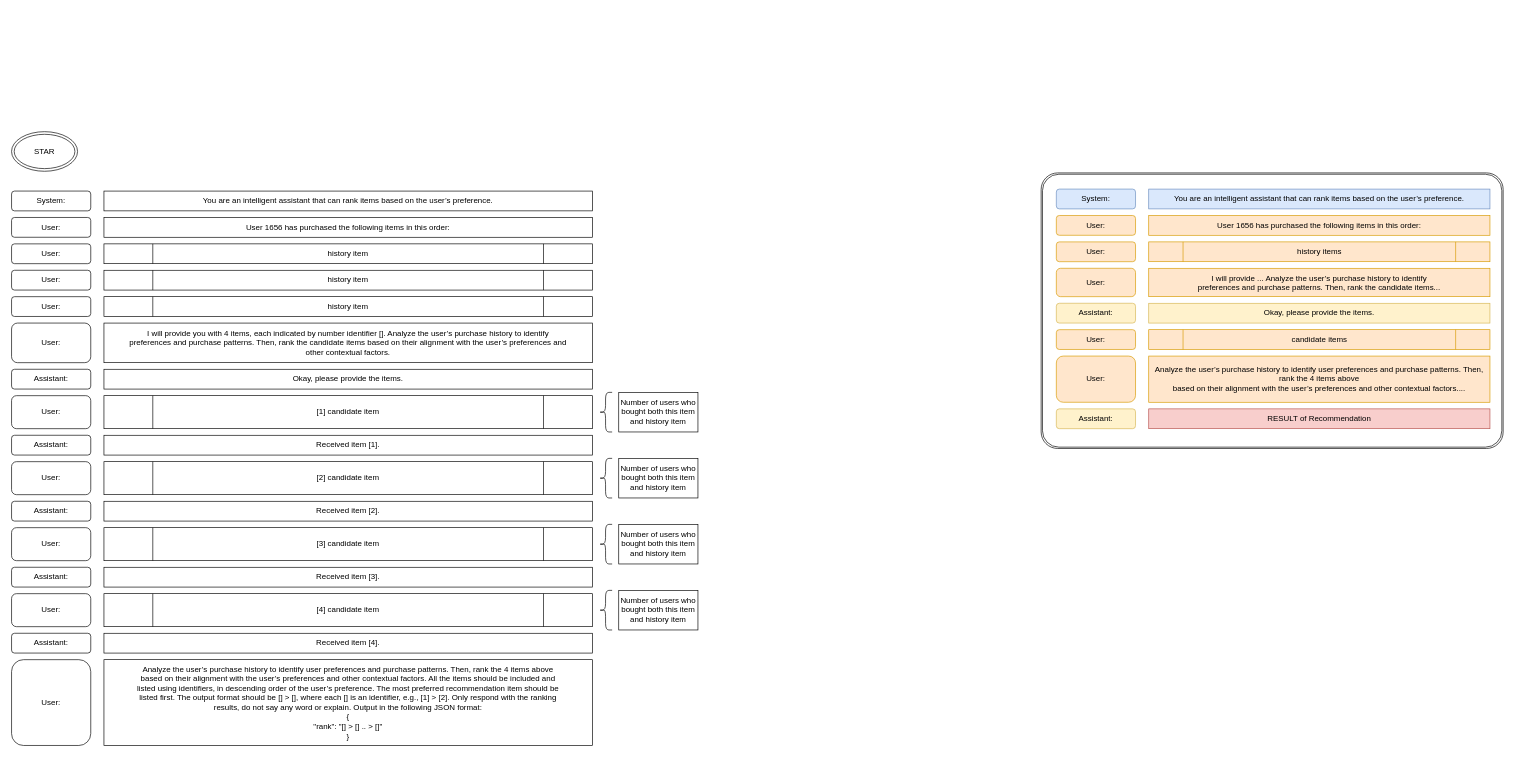
The draw.io diagram page "related work" (4 of 4) of rcllm.drawio in Extious/Drawio, before the edit. Source tidied: cells renumbered, new cells numbered last; positions are measured from the earlier drawing's top-left corner, leaving out a move shared by most shapes. Both pictures are drawn from the tidied source at 66%, with x=0, y=0 at pixel (11, 131). Pictures stored in the file or linked from it are replaced by grey dashed boxes.
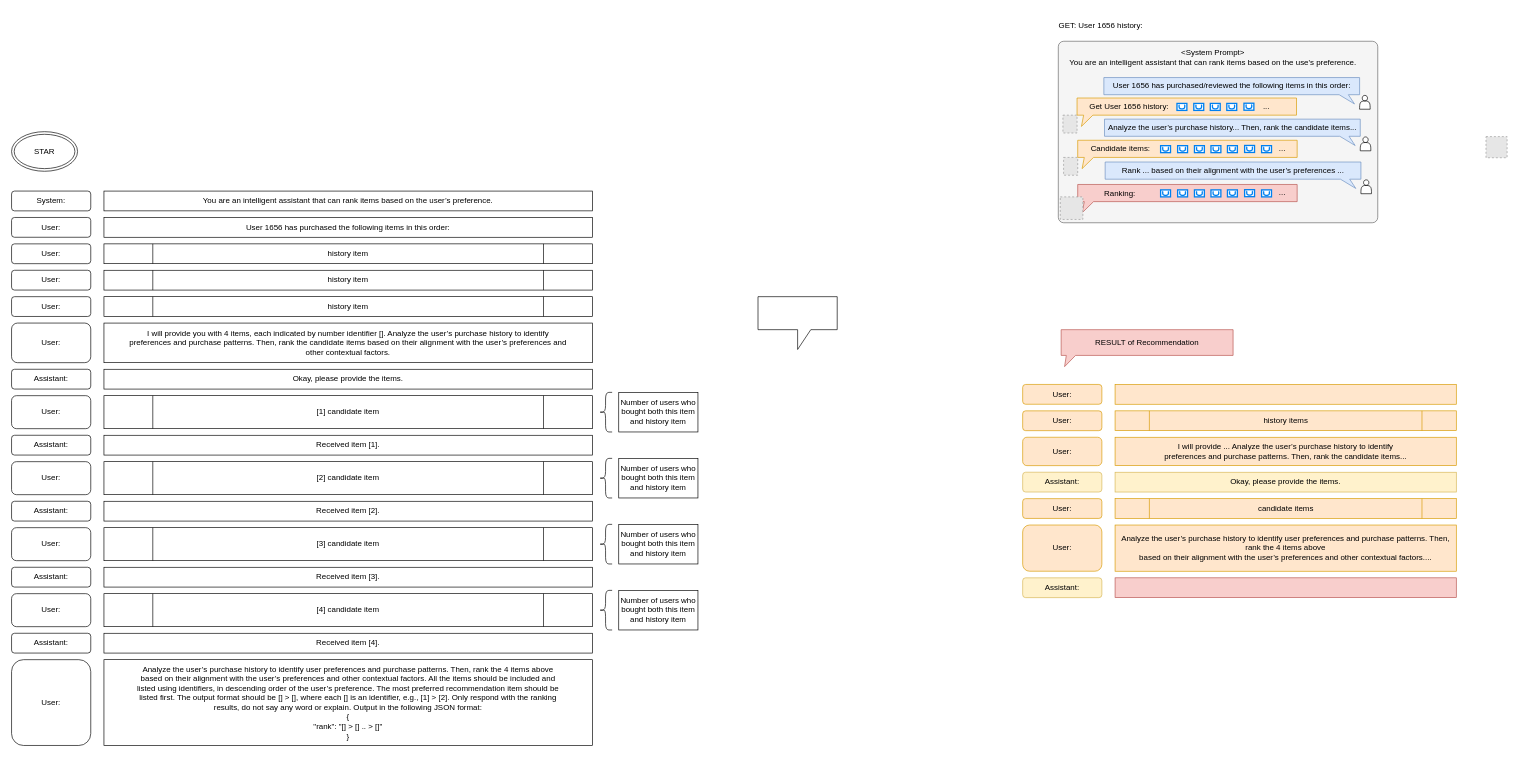
Above is the later version.

What changed in the source:
```diff
@@
-    <mxCell id="2" style="shape=ext;double=1;rounded=1;whiteSpace=wrap;html=1;arcSize=6;" parent="1" vertex="1">
-      <mxGeometry x="1560" y="62.5" width="700" height="417.5" as="geometry" />
-    </mxCell>
+    <mxCell id="60" style="rounded=1;whiteSpace=wrap;html=1;fillColor=#f5f5f5;fontColor=#333333;strokeColor=#666666;arcSize=3;" parent="1" vertex="1">
+      <mxGeometry x="1586" y="-137" width="484" height="275" as="geometry" />
+    </mxCell>
@@
-    <mxCell id="44" value="You are an intelligent assistant that can rank items based on the user’s preference." style="rounded=0;whiteSpace=wrap;html=1;fillColor=#dae8fc;strokeColor=#6c8ebf;" parent="1" vertex="1">
-      <mxGeometry x="1723" y="87" width="517" height="30" as="geometry" />
-    </mxCell>
-    <mxCell id="45" value="&lt;div&gt;System:&lt;/div&gt;" style="rounded=1;whiteSpace=wrap;html=1;fillColor=#dae8fc;strokeColor=#6c8ebf;" parent="1" vertex="1">
-      <mxGeometry x="1583" y="87" width="120" height="30" as="geometry" />
-    </mxCell>
-    <mxCell id="46" value="User 1656 has purchased the following items in this order:" style="rounded=0;whiteSpace=wrap;html=1;fillColor=#ffe6cc;strokeColor=#d79b00;" parent="1" vertex="1">
-      <mxGeometry x="1723" y="127" width="517" height="30" as="geometry" />
+    <mxCell id="46" style="rounded=0;whiteSpace=wrap;html=1;fillColor=#ffe6cc;strokeColor=#d79b00;" parent="1" vertex="1">
+      <mxGeometry x="1672" y="383" width="517" height="30" as="geometry" />
     </mxCell>
     <mxCell id="47" value="&lt;div&gt;User:&lt;/div&gt;" style="rounded=1;whiteSpace=wrap;html=1;fillColor=#ffe6cc;strokeColor=#d79b00;" parent="1" vertex="1">
-      <mxGeometry x="1583" y="127" width="120" height="30" as="geometry" />
+      <mxGeometry x="1532" y="383" width="120" height="30" as="geometry" />
     </mxCell>
     <mxCell id="48" value="&lt;div&gt;User:&lt;/div&gt;" style="rounded=1;whiteSpace=wrap;html=1;fillColor=#ffe6cc;strokeColor=#d79b00;" parent="1" vertex="1">
-      <mxGeometry x="1583" y="167" width="120" height="30" as="geometry" />
+      <mxGeometry x="1532" y="423" width="120" height="30" as="geometry" />
     </mxCell>
     <mxCell id="49" value="history items" style="shape=process;whiteSpace=wrap;html=1;backgroundOutline=1;fillColor=#ffe6cc;strokeColor=#d79b00;" parent="1" vertex="1">
-      <mxGeometry x="1723" y="167" width="517" height="30" as="geometry" />
+      <mxGeometry x="1672" y="423" width="517" height="30" as="geometry" />
     </mxCell>
     <mxCell id="50" value="&lt;div&gt;User:&lt;/div&gt;" style="rounded=1;whiteSpace=wrap;html=1;fillColor=#ffe6cc;strokeColor=#d79b00;" parent="1" vertex="1">
-      <mxGeometry x="1583" y="207" width="120" height="43" as="geometry" />
+      <mxGeometry x="1532" y="463" width="120" height="43" as="geometry" />
     </mxCell>
     <mxCell id="51" value="I will provide ... Analyze the user’s purchase history to identify&lt;br&gt;preferences and purchase patterns. Then, rank the candidate items..." style="rounded=0;whiteSpace=wrap;html=1;fillColor=#ffe6cc;strokeColor=#d79b00;" parent="1" vertex="1">
-      <mxGeometry x="1723" y="207" width="517" height="43" as="geometry" />
+      <mxGeometry x="1672" y="463" width="517" height="43" as="geometry" />
     </mxCell>
     <mxCell id="52" value="Assistant:" style="rounded=1;whiteSpace=wrap;html=1;fillColor=#fff2cc;strokeColor=#d6b656;" parent="1" vertex="1">
-      <mxGeometry x="1583" y="260" width="120" height="30" as="geometry" />
+      <mxGeometry x="1532" y="516" width="120" height="30" as="geometry" />
     </mxCell>
     <mxCell id="53" value="Okay, please provide the items." style="rounded=0;whiteSpace=wrap;html=1;fillColor=#fff2cc;strokeColor=#d6b656;" parent="1" vertex="1">
-      <mxGeometry x="1723" y="260" width="517" height="30" as="geometry" />
+      <mxGeometry x="1672" y="516" width="517" height="30" as="geometry" />
     </mxCell>
     <mxCell id="54" value="&lt;div&gt;User:&lt;/div&gt;" style="rounded=1;whiteSpace=wrap;html=1;fillColor=#ffe6cc;strokeColor=#d79b00;" parent="1" vertex="1">
-      <mxGeometry x="1583" y="340" width="120" height="70" as="geometry" />
+      <mxGeometry x="1532" y="596" width="120" height="70" as="geometry" />
     </mxCell>
     <mxCell id="55" value="Analyze the user’s purchase history to identify user preferences and purchase patterns. Then, rank the 4 items above&lt;br&gt;based on their alignment with the user’s preferences and other contextual factors...." style="rounded=0;whiteSpace=wrap;html=1;fillColor=#ffe6cc;strokeColor=#d79b00;" parent="1" vertex="1">
-      <mxGeometry x="1723" y="340" width="517" height="70" as="geometry" />
+      <mxGeometry x="1672" y="596" width="517" height="70" as="geometry" />
     </mxCell>
     <mxCell id="56" value="&lt;div&gt;User:&lt;/div&gt;" style="rounded=1;whiteSpace=wrap;html=1;fillColor=#ffe6cc;strokeColor=#d79b00;" parent="1" vertex="1">
-      <mxGeometry x="1583" y="300" width="120" height="30" as="geometry" />
+      <mxGeometry x="1532" y="556" width="120" height="30" as="geometry" />
     </mxCell>
     <mxCell id="57" value="Assistant:" style="rounded=1;whiteSpace=wrap;html=1;fillColor=#fff2cc;strokeColor=#d6b656;" parent="1" vertex="1">
-      <mxGeometry x="1583" y="420" width="120" height="30" as="geometry" />
+      <mxGeometry x="1532" y="676" width="120" height="30" as="geometry" />
     </mxCell>
-    <mxCell id="58" value="RESULT of Recommendation" style="rounded=0;whiteSpace=wrap;html=1;fillColor=#f8cecc;strokeColor=#b85450;" parent="1" vertex="1">
-      <mxGeometry x="1723" y="420" width="517" height="30" as="geometry" />
+    <mxCell id="58" style="rounded=0;whiteSpace=wrap;html=1;fillColor=#f8cecc;strokeColor=#b85450;" parent="1" vertex="1">
+      <mxGeometry x="1672" y="676" width="517" height="30" as="geometry" />
     </mxCell>
     <mxCell id="59" value="candidate items" style="shape=process;whiteSpace=wrap;html=1;backgroundOutline=1;fillColor=#ffe6cc;strokeColor=#d79b00;" parent="1" vertex="1">
-      <mxGeometry x="1723" y="300" width="517" height="30" as="geometry" />
+      <mxGeometry x="1672" y="556" width="517" height="30" as="geometry" />
     </mxCell>
+    <mxCell id="61" style="shape=callout;whiteSpace=wrap;html=1;perimeter=calloutPerimeter;" parent="1" vertex="1">
+      <mxGeometry x="1131" y="250" width="120" height="80" as="geometry" />
+    </mxCell>
+    <mxCell id="62" style="fillColor=#E6E6E6;strokeColor=#999999;dashed=1;verticalLabelPosition=bottom;labelBackgroundColor=default;verticalAlign=top;" parent="1" vertex="1">
+      <mxGeometry x="2234" y="7.5" width="32" height="32" as="geometry" />
+    </mxCell>
+    <mxCell id="63" value="RESULT of Recommendation" style="shape=callout;whiteSpace=wrap;html=1;perimeter=calloutPerimeter;position2=0.02;base=14;size=17;position=0.03;fillColor=#f8cecc;strokeColor=#b85450;" parent="1" vertex="1">
+      <mxGeometry x="1590.3" y="300" width="260.5" height="56" as="geometry" />
+    </mxCell>
+    <mxCell id="64" value="&amp;lt;System Prompt&amp;gt;&lt;br&gt;You are an intelligent assistant that can rank items based on the use's preference." style="text;html=1;align=center;verticalAlign=middle;strokeColor=none;fillColor=none;" parent="1" vertex="1">
+      <mxGeometry x="1593" y="-134" width="453" height="41" as="geometry" />
+    </mxCell>
+    <mxCell id="65" value="&lt;span style=&quot;border-color: var(--border-color);&quot;&gt;GET: User 1656 history:&lt;br&gt;&lt;/span&gt;&lt;br style=&quot;border-color: var(--border-color);&quot;&gt;" style="text;html=1;align=center;verticalAlign=middle;strokeColor=none;fillColor=none;" parent="1" vertex="1">
+      <mxGeometry x="1577.9" y="-182" width="145" height="55" as="geometry" />
+    </mxCell>
+    <mxCell id="66" style="group;" parent="1" vertex="1">
+      <mxGeometry x="1655" y="-82" width="403.5" height="48" as="geometry" />
+    </mxCell>
+    <mxCell id="67" value="User 1656 has purchased/reviewed the following items in this order:" style="shape=callout;whiteSpace=wrap;html=1;perimeter=calloutPerimeter;position2=0.98;base=14;size=14;position=0.92;fillColor=#dae8fc;strokeColor=#6c8ebf;" parent="66" vertex="1">
+      <mxGeometry width="387.5" height="40" as="geometry" />
+    </mxCell>
+    <mxCell id="68" style="shape=actor;whiteSpace=wrap;html=1;" parent="66" vertex="1">
+      <mxGeometry x="387.5" y="27" width="16" height="21" as="geometry" />
+    </mxCell>
+    <mxCell id="69" style="group;" parent="1" vertex="1">
+      <mxGeometry x="1593" y="-51" width="353.9" height="53" as="geometry" />
+    </mxCell>
+    <mxCell id="70" style="fillColor=#E6E6E6;strokeColor=#999999;dashed=1;verticalLabelPosition=bottom;labelBackgroundColor=default;verticalAlign=top;fontColor=#333333;" parent="69" vertex="1">
+      <mxGeometry y="26" width="21.4" height="27" as="geometry" />
+    </mxCell>
+    <mxCell id="71" style="shape=callout;whiteSpace=wrap;html=1;perimeter=calloutPerimeter;position2=0.02;base=14;size=17;position=0.03;fillColor=#ffe6cc;strokeColor=#d79b00;" parent="69" vertex="1">
+      <mxGeometry x="21.4" width="332.5" height="43" as="geometry" />
+    </mxCell>
+    <mxCell id="72" style="html=1;verticalLabelPosition=bottom;align=center;labelBackgroundColor=#ffffff;verticalAlign=top;strokeWidth=2;strokeColor=#0080F0;shadow=0;dashed=0;shape=mxgraph.ios7.icons.bag;" parent="69" vertex="1">
+      <mxGeometry x="172.8" y="8.2" width="15" height="10.6" as="geometry" />
+    </mxCell>
+    <mxCell id="73" style="html=1;verticalLabelPosition=bottom;align=center;labelBackgroundColor=#ffffff;verticalAlign=top;strokeWidth=2;strokeColor=#0080F0;shadow=0;dashed=0;shape=mxgraph.ios7.icons.bag;" parent="69" vertex="1">
+      <mxGeometry x="198.3" y="8.2" width="15" height="10.6" as="geometry" />
+    </mxCell>
+    <mxCell id="74" style="html=1;verticalLabelPosition=bottom;align=center;labelBackgroundColor=#ffffff;verticalAlign=top;strokeWidth=2;strokeColor=#0080F0;shadow=0;dashed=0;shape=mxgraph.ios7.icons.bag;" parent="69" vertex="1">
+      <mxGeometry x="223.3" y="8.2" width="15" height="10.6" as="geometry" />
+    </mxCell>
+    <mxCell id="75" style="html=1;verticalLabelPosition=bottom;align=center;labelBackgroundColor=#ffffff;verticalAlign=top;strokeWidth=2;strokeColor=#0080F0;shadow=0;dashed=0;shape=mxgraph.ios7.icons.bag;" parent="69" vertex="1">
+      <mxGeometry x="248.3" y="8.2" width="15" height="10.6" as="geometry" />
+    </mxCell>
+    <mxCell id="76" style="html=1;verticalLabelPosition=bottom;align=center;labelBackgroundColor=#ffffff;verticalAlign=top;strokeWidth=2;strokeColor=#0080F0;shadow=0;dashed=0;shape=mxgraph.ios7.icons.bag;" parent="69" vertex="1">
+      <mxGeometry x="274.3" y="7.9" width="15" height="10.6" as="geometry" />
+    </mxCell>
+    <mxCell id="77" value="..." style="text;html=1;align=center;verticalAlign=middle;strokeColor=none;fillColor=none;" parent="69" vertex="1">
+      <mxGeometry x="294.3" width="28" height="26" as="geometry" />
+    </mxCell>
+    <mxCell id="78" value="Get User 1656 history:" style="text;html=1;align=center;verticalAlign=middle;strokeColor=none;fillColor=none;" parent="69" vertex="1">
+      <mxGeometry x="31.3" width="138" height="26" as="geometry" />
+    </mxCell>
+    <mxCell id="79" style="group;" parent="1" vertex="1">
+      <mxGeometry x="1656" y="-19" width="403.5" height="48" as="geometry" />
+    </mxCell>
+    <mxCell id="80" value="Analyze the user’s purchase history... Then, rank the candidate items..." style="shape=callout;whiteSpace=wrap;html=1;perimeter=calloutPerimeter;position2=0.98;base=14;size=14;position=0.92;fillColor=#dae8fc;strokeColor=#6c8ebf;" parent="79" vertex="1">
+      <mxGeometry width="387.5" height="40" as="geometry" />
+    </mxCell>
+    <mxCell id="81" style="shape=actor;whiteSpace=wrap;html=1;" parent="79" vertex="1">
+      <mxGeometry x="387.5" y="27" width="16" height="21" as="geometry" />
+    </mxCell>
+    <mxCell id="82" style="group;" parent="1" vertex="1">
+      <mxGeometry x="1594" y="13" width="353.9" height="53" as="geometry" />
+    </mxCell>
+    <mxCell id="83" style="fillColor=#E6E6E6;strokeColor=#999999;dashed=1;verticalLabelPosition=bottom;labelBackgroundColor=default;verticalAlign=top;fontColor=#333333;" parent="82" vertex="1">
+      <mxGeometry y="26" width="21.4" height="27" as="geometry" />
+    </mxCell>
+    <mxCell id="84" style="shape=callout;whiteSpace=wrap;html=1;perimeter=calloutPerimeter;position2=0.02;base=14;size=17;position=0.03;fillColor=#ffe6cc;strokeColor=#d79b00;" parent="82" vertex="1">
+      <mxGeometry x="21.4" width="332.5" height="43" as="geometry" />
+    </mxCell>
+    <mxCell id="85" style="html=1;verticalLabelPosition=bottom;align=center;labelBackgroundColor=#ffffff;verticalAlign=top;strokeWidth=2;strokeColor=#0080F0;shadow=0;dashed=0;shape=mxgraph.ios7.icons.bag;" parent="82" vertex="1">
+      <mxGeometry x="172.8" y="8.2" width="15" height="10.6" as="geometry" />
+    </mxCell>
+    <mxCell id="86" style="html=1;verticalLabelPosition=bottom;align=center;labelBackgroundColor=#ffffff;verticalAlign=top;strokeWidth=2;strokeColor=#0080F0;shadow=0;dashed=0;shape=mxgraph.ios7.icons.bag;" parent="82" vertex="1">
+      <mxGeometry x="198.3" y="8.2" width="15" height="10.6" as="geometry" />
+    </mxCell>
+    <mxCell id="87" style="html=1;verticalLabelPosition=bottom;align=center;labelBackgroundColor=#ffffff;verticalAlign=top;strokeWidth=2;strokeColor=#0080F0;shadow=0;dashed=0;shape=mxgraph.ios7.icons.bag;" parent="82" vertex="1">
+      <mxGeometry x="223.3" y="8.2" width="15" height="10.6" as="geometry" />
+    </mxCell>
+    <mxCell id="88" style="html=1;verticalLabelPosition=bottom;align=center;labelBackgroundColor=#ffffff;verticalAlign=top;strokeWidth=2;strokeColor=#0080F0;shadow=0;dashed=0;shape=mxgraph.ios7.icons.bag;" parent="82" vertex="1">
+      <mxGeometry x="248.3" y="8.2" width="15" height="10.6" as="geometry" />
+    </mxCell>
+    <mxCell id="89" style="html=1;verticalLabelPosition=bottom;align=center;labelBackgroundColor=#ffffff;verticalAlign=top;strokeWidth=2;strokeColor=#0080F0;shadow=0;dashed=0;shape=mxgraph.ios7.icons.bag;" parent="82" vertex="1">
+      <mxGeometry x="274.3" y="7.9" width="15" height="10.6" as="geometry" />
+    </mxCell>
+    <mxCell id="90" value="..." style="text;html=1;align=center;verticalAlign=middle;strokeColor=none;fillColor=none;" parent="82" vertex="1">
+      <mxGeometry x="317" width="28" height="26" as="geometry" />
+    </mxCell>
+    <mxCell id="91" value="Candidate items:" style="text;html=1;align=center;verticalAlign=middle;strokeColor=none;fillColor=none;" parent="82" vertex="1">
+      <mxGeometry x="32" width="108" height="26" as="geometry" />
+    </mxCell>
+    <mxCell id="92" style="html=1;verticalLabelPosition=bottom;align=center;labelBackgroundColor=#ffffff;verticalAlign=top;strokeWidth=2;strokeColor=#0080F0;shadow=0;dashed=0;shape=mxgraph.ios7.icons.bag;" parent="82" vertex="1">
+      <mxGeometry x="147" y="8.2" width="15" height="10.6" as="geometry" />
+    </mxCell>
+    <mxCell id="93" style="html=1;verticalLabelPosition=bottom;align=center;labelBackgroundColor=#ffffff;verticalAlign=top;strokeWidth=2;strokeColor=#0080F0;shadow=0;dashed=0;shape=mxgraph.ios7.icons.bag;" parent="82" vertex="1">
+      <mxGeometry x="300" y="8.2" width="15" height="10.6" as="geometry" />
+    </mxCell>
+    <mxCell id="94" style="group;" parent="1" vertex="1">
+      <mxGeometry x="1657" y="46" width="403.5" height="48" as="geometry" />
+    </mxCell>
+    <mxCell id="95" value="Rank ... based on their alignment with the user’s preferences ..." style="shape=callout;whiteSpace=wrap;html=1;perimeter=calloutPerimeter;position2=0.98;base=14;size=14;position=0.92;fillColor=#dae8fc;strokeColor=#6c8ebf;" parent="94" vertex="1">
+      <mxGeometry width="387.5" height="40" as="geometry" />
+    </mxCell>
+    <mxCell id="96" style="shape=actor;whiteSpace=wrap;html=1;" parent="94" vertex="1">
+      <mxGeometry x="387.5" y="27" width="16" height="21" as="geometry" />
+    </mxCell>
+    <mxCell id="97" style="group;" parent="1" vertex="1">
+      <mxGeometry x="1594" y="80" width="353.9" height="53.1" as="geometry" />
+    </mxCell>
+    <mxCell id="98" style="shape=callout;whiteSpace=wrap;html=1;perimeter=calloutPerimeter;position2=0.02;base=14;size=17;position=0.03;fillColor=#f8cecc;strokeColor=#b85450;" parent="97" vertex="1">
+      <mxGeometry x="21.4" width="332.5" height="43" as="geometry" />
+    </mxCell>
+    <mxCell id="99" style="html=1;verticalLabelPosition=bottom;align=center;labelBackgroundColor=#ffffff;verticalAlign=top;strokeWidth=2;strokeColor=#0080F0;shadow=0;dashed=0;shape=mxgraph.ios7.icons.bag;" parent="97" vertex="1">
+      <mxGeometry x="172.8" y="8.2" width="15" height="10.6" as="geometry" />
+    </mxCell>
+    <mxCell id="100" style="html=1;verticalLabelPosition=bottom;align=center;labelBackgroundColor=#ffffff;verticalAlign=top;strokeWidth=2;strokeColor=#0080F0;shadow=0;dashed=0;shape=mxgraph.ios7.icons.bag;" parent="97" vertex="1">
+      <mxGeometry x="198.3" y="8.2" width="15" height="10.6" as="geometry" />
+    </mxCell>
+    <mxCell id="101" style="html=1;verticalLabelPosition=bottom;align=center;labelBackgroundColor=#ffffff;verticalAlign=top;strokeWidth=2;strokeColor=#0080F0;shadow=0;dashed=0;shape=mxgraph.ios7.icons.bag;" parent="97" vertex="1">
+      <mxGeometry x="223.3" y="8.2" width="15" height="10.6" as="geometry" />
+    </mxCell>
+    <mxCell id="102" style="html=1;verticalLabelPosition=bottom;align=center;labelBackgroundColor=#ffffff;verticalAlign=top;strokeWidth=2;strokeColor=#0080F0;shadow=0;dashed=0;shape=mxgraph.ios7.icons.bag;" parent="97" vertex="1">
+      <mxGeometry x="248.3" y="8.2" width="15" height="10.6" as="geometry" />
+    </mxCell>
+    <mxCell id="103" style="html=1;verticalLabelPosition=bottom;align=center;labelBackgroundColor=#ffffff;verticalAlign=top;strokeWidth=2;strokeColor=#0080F0;shadow=0;dashed=0;shape=mxgraph.ios7.icons.bag;" parent="97" vertex="1">
+      <mxGeometry x="274.3" y="7.9" width="15" height="10.6" as="geometry" />
+    </mxCell>
+    <mxCell id="104" value="..." style="text;html=1;align=center;verticalAlign=middle;strokeColor=none;fillColor=none;" parent="97" vertex="1">
+      <mxGeometry x="317" width="28" height="26" as="geometry" />
+    </mxCell>
+    <mxCell id="105" value="Ranking:" style="text;html=1;align=center;verticalAlign=middle;strokeColor=none;fillColor=none;" parent="97" vertex="1">
+      <mxGeometry x="52" y="0.5" width="65" height="26" as="geometry" />
+    </mxCell>
+    <mxCell id="106" style="html=1;verticalLabelPosition=bottom;align=center;labelBackgroundColor=#ffffff;verticalAlign=top;strokeWidth=2;strokeColor=#0080F0;shadow=0;dashed=0;shape=mxgraph.ios7.icons.bag;" parent="97" vertex="1">
+      <mxGeometry x="147" y="8.2" width="15" height="10.6" as="geometry" />
+    </mxCell>
+    <mxCell id="107" style="html=1;verticalLabelPosition=bottom;align=center;labelBackgroundColor=#ffffff;verticalAlign=top;strokeWidth=2;strokeColor=#0080F0;shadow=0;dashed=0;shape=mxgraph.ios7.icons.bag;" parent="97" vertex="1">
+      <mxGeometry x="300" y="8.2" width="15" height="10.6" as="geometry" />
+    </mxCell>
+    <mxCell id="108" style="fillColor=#E6E6E6;strokeColor=#999999;dashed=1;verticalLabelPosition=bottom;labelBackgroundColor=default;verticalAlign=top;fontColor=#333333;" parent="97" vertex="1">
+      <mxGeometry x="-5" y="18.8" width="34.2" height="34.2" as="geometry" />
+    </mxCell>
```
